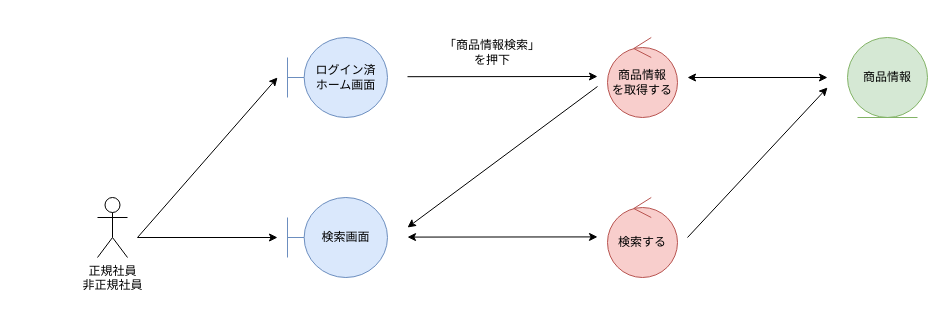
The draw.io diagram page "*ボトルネック判定" (2 of 3) of 各種設計書/3ロバストネス図/商品情報管理/2.検索機能.drawio in HaruShim/Sotuken, before the edit. Source tidied: cells renumbered, new cells numbered last; positions are measured from the earlier drawing's top-left corner, leaving out a move shared by most shapes. Both pictures are drawn from the tidied source at 100%, with x=0, y=0 at pixel (97, 37).
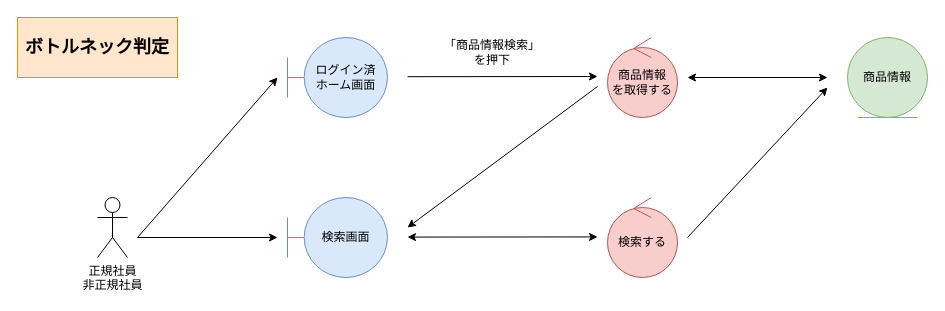
The same page after the edit.

Change to the diagram source:
```diff
@@
+    <mxCell id="16" value="ボトルネック判定" style="rounded=0;whiteSpace=wrap;html=1;fillColor=#ffe6cc;strokeColor=#d79b00;fontStyle=1;fontSize=18;" parent="1" vertex="1">
+      <mxGeometry x="-80" y="-20" width="160" height="60" as="geometry" />
+    </mxCell>
```
